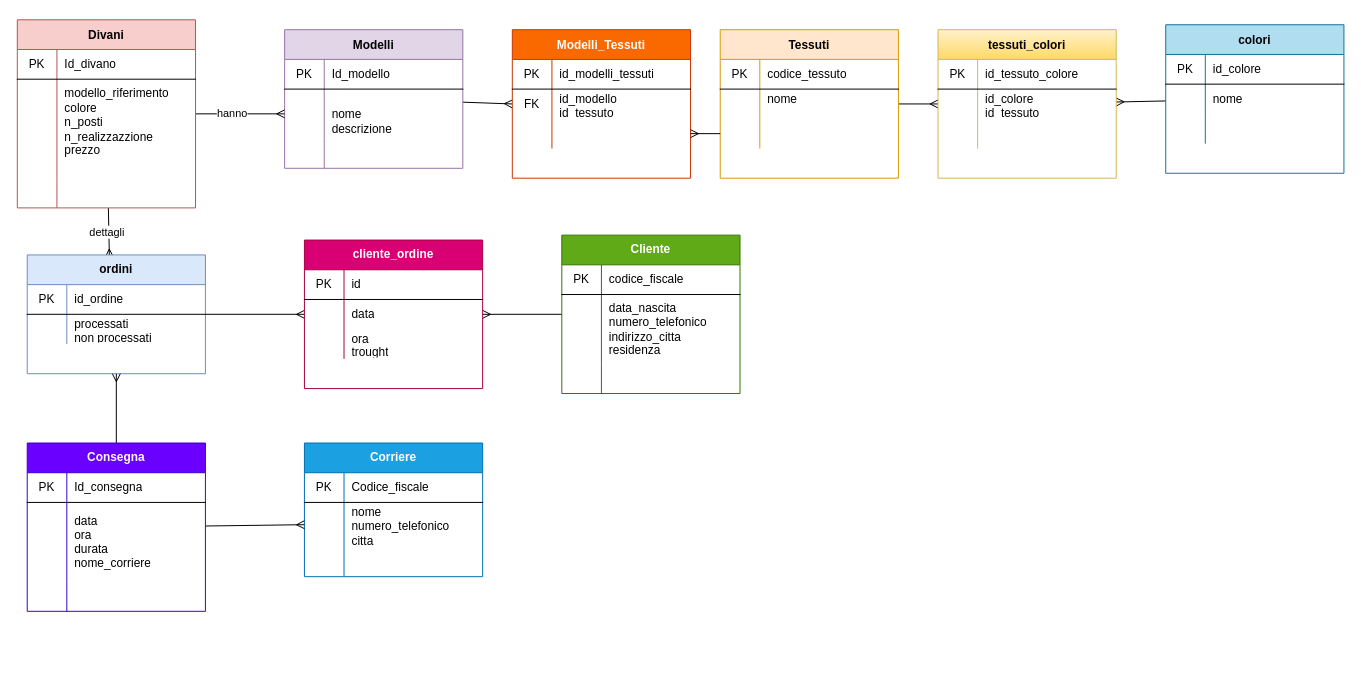
This is Untitled Diagram.drawio from giuliacangani02/Divani, a draw.io file, before an edit. Source tidied: cells renumbered, new cells numbered last; positions are measured from the earlier drawing's top-left corner, leaving out a move shared by most shapes. Both pictures are drawn from the tidied source at 99%, with x=0, y=0 at pixel (17, 19).
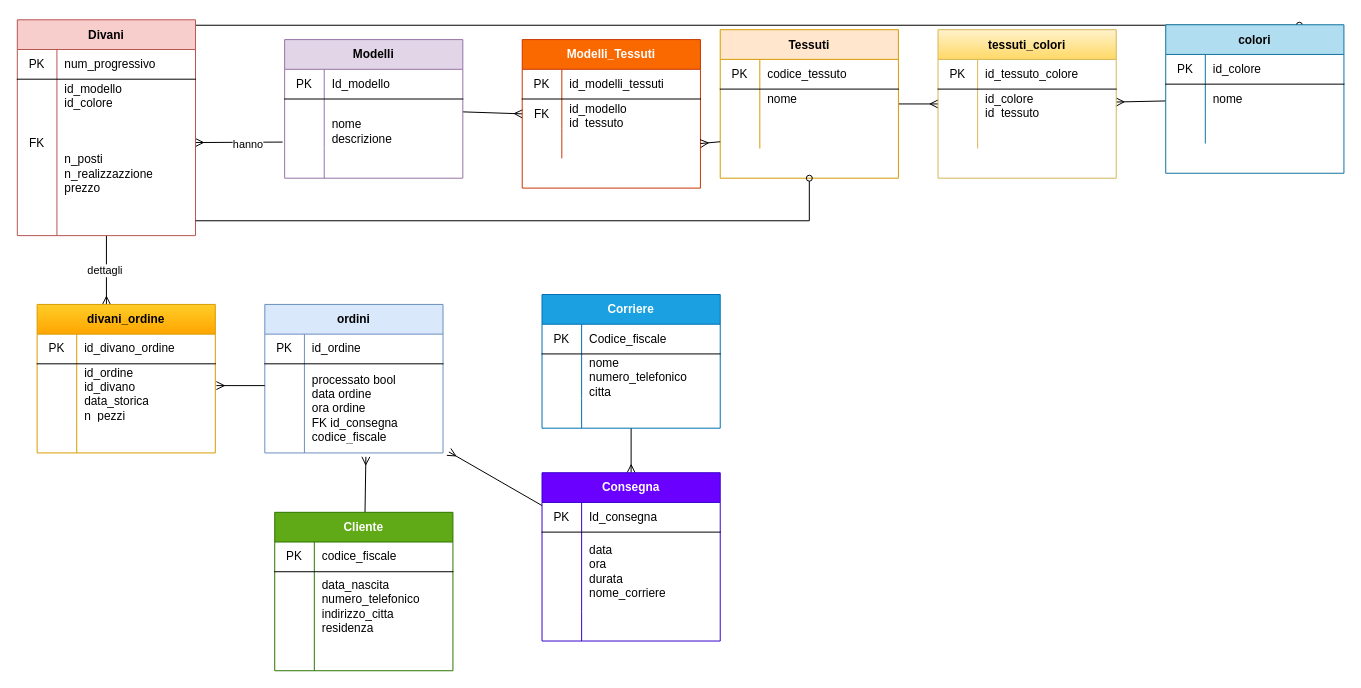
The same diagram, later.

The change refers to these unchanged cells:
```xml
<mxCell id="7" style="shape=partialRectangle;html=1;whiteSpace=wrap;fillColor=none;top=0;left=0;bottom=0;right=0;points=[[0,0.5],[1,0.5]];portConstraint=eastwest;" parent="3" vertex="1">
  <mxGeometry y="60" width="180" height="50" as="geometry" />
</mxCell>
<mxCell id="14" value="Tessuti" style="shape=table;html=1;whiteSpace=wrap;startSize=30;childLayout=tableLayout;rowLines=0;fontStyle=1;align=center;fillColor=#ffe6cc;strokeColor=#d79b00;" parent="1" vertex="1">
  <mxGeometry x="710" y="10.5" width="180" height="150" as="geometry" />
</mxCell>
<mxCell id="28" style="shape=partialRectangle;html=1;whiteSpace=wrap;fillColor=none;top=0;left=0;bottom=1;right=0;" parent="27" vertex="1">
  <mxGeometry y="30" width="180" height="30" as="geometry" />
</mxCell>
<mxCell id="52" style="shape=partialRectangle;html=1;whiteSpace=wrap;fillColor=none;top=0;left=0;bottom=0;right=0;points=[[0,0.5],[1,0.5]];portConstraint=eastwest;" parent="48" vertex="1">
  <mxGeometry y="60" width="180" height="45" as="geometry" />
</mxCell>
<mxCell id="100" value="colori" style="shape=table;html=1;whiteSpace=wrap;startSize=30;childLayout=tableLayout;rowLines=0;fontStyle=1;align=center;fillColor=#b1ddf0;strokeColor=#10739e;" parent="1" vertex="1">
  <mxGeometry x="1160" y="5.5" width="180" height="150" as="geometry" />
</mxCell>
```

Change to the diagram source:
```diff
@@
     <mxCell id="3" value="Modelli" style="shape=table;html=1;whiteSpace=wrap;startSize=30;childLayout=tableLayout;rowLines=0;fontStyle=1;align=center;fillColor=#e1d5e7;strokeColor=#9673a6;" parent="1" vertex="1">
-      <mxGeometry x="270" y="10.5" width="180" height="140" as="geometry" />
+      <mxGeometry x="270" y="20.5" width="180" height="140" as="geometry" />
     </mxCell>
@@
-    <mxCell id="24" value="dettagli&amp;nbsp;" style="edgeStyle=none;rounded=0;jettySize=auto;html=1;entryX=0.461;entryY=0.017;entryDx=0;entryDy=0;endArrow=ERmany;endFill=0;entryPerimeter=0;" parent="1" edge="1" source="27" target="59">
-      <mxGeometry relative="1" as="geometry" />
+    <mxCell id="24" value="dettagli&amp;nbsp;" style="edgeStyle=none;rounded=0;jettySize=auto;html=1;endArrow=ERmany;endFill=0;" parent="1" edge="1" source="27">
+      <mxGeometry relative="1" as="geometry">
+        <mxPoint x="90" y="288" as="targetPoint" />
+      </mxGeometry>
     </mxCell>
-    <mxCell id="25" style="edgeStyle=none;rounded=0;jettySize=auto;html=1;endArrow=ERmany;endFill=0;" parent="1" edge="1" source="27" target="7">
+    <mxCell id="25" style="edgeStyle=none;rounded=0;jettySize=auto;html=1;endArrow=ERmany;endFill=0;entryX=1;entryY=0.5;entryDx=0;entryDy=0;exitX=-0.011;exitY=0.87;exitDx=0;exitDy=0;exitPerimeter=0;" parent="1" edge="1" source="7" target="31">
       <mxGeometry relative="1" as="geometry" />
     </mxCell>
@@
+    <mxCell id="120" style="edgeStyle=elbowEdgeStyle;rounded=0;jettySize=auto;html=1;entryX=0.75;entryY=0;entryDx=0;entryDy=0;endArrow=oval;endFill=0;elbow=vertical;" parent="1" edge="1" source="27" target="100">
+      <mxGeometry relative="1" as="geometry" />
+    </mxCell>
     <mxCell id="27" value="Divani" style="shape=table;html=1;whiteSpace=wrap;startSize=30;childLayout=tableLayout;rowLines=0;fontStyle=1;align=center;fillColor=#f8cecc;strokeColor=#b85450;" parent="1" vertex="1">
-      <mxGeometry y="0.5" width="180" height="190" as="geometry" />
+      <mxGeometry y="0.5" width="180" height="218" as="geometry" />
     </mxCell>
@@
-    <mxCell id="30" value="Id_divano" style="shape=partialRectangle;html=1;whiteSpace=wrap;fillColor=none;top=0;left=0;bottom=0;right=0;align=left;spacingLeft=6;overflow=hidden;" parent="28" vertex="1">
+    <mxCell id="30" value="num_progressivo" style="shape=partialRectangle;html=1;whiteSpace=wrap;fillColor=none;top=0;left=0;bottom=0;right=0;align=left;spacingLeft=6;overflow=hidden;" parent="28" vertex="1">
       <mxGeometry x="40" width="140" height="30" as="geometry" />
     </mxCell>
     <mxCell id="31" style="shape=partialRectangle;html=1;whiteSpace=wrap;fillColor=none;top=0;left=0;bottom=0;right=0;points=[[0,0.5],[1,0.5]];portConstraint=eastwest;" parent="27" vertex="1">
-      <mxGeometry y="60" width="180" height="100" as="geometry" />
+      <mxGeometry y="60" width="180" height="128" as="geometry" />
     </mxCell>
-    <mxCell id="32" style="shape=partialRectangle;html=1;whiteSpace=wrap;fillColor=none;top=0;left=0;bottom=0;right=0;overflow=hidden;" parent="31" vertex="1">
-      <mxGeometry width="40" height="100" as="geometry" />
+    <mxCell id="32" value="FK" style="shape=partialRectangle;html=1;whiteSpace=wrap;fillColor=none;top=0;left=0;bottom=0;right=0;overflow=hidden;" parent="31" vertex="1">
+      <mxGeometry width="40" height="128" as="geometry" />
     </mxCell>
-    <mxCell id="33" value="modello_riferimento &lt;br&gt;colore &lt;br&gt;n_posti &lt;br&gt;n_realizzazzione &lt;br&gt;prezzo&lt;br&gt;&lt;br&gt;" style="shape=partialRectangle;html=1;whiteSpace=wrap;fillColor=none;top=0;left=0;bottom=0;right=0;align=left;spacingLeft=6;overflow=hidden;" parent="31" vertex="1">
-      <mxGeometry x="40" width="140" height="100" as="geometry" />
+    <mxCell id="33" value="id_modello&lt;br&gt;id_colore&lt;br&gt;&lt;br&gt;&lt;br&gt;&lt;br&gt;n_posti &lt;br&gt;n_realizzazzione &lt;br&gt;prezzo&lt;br&gt;&lt;br&gt;" style="shape=partialRectangle;html=1;whiteSpace=wrap;fillColor=none;top=0;left=0;bottom=0;right=0;align=left;spacingLeft=6;overflow=hidden;" parent="31" vertex="1">
+      <mxGeometry x="40" width="140" height="128" as="geometry" />
     </mxCell>
     <mxCell id="34" style="shape=partialRectangle;html=1;whiteSpace=wrap;fillColor=none;top=0;left=0;bottom=0;right=0;points=[[0,0.5],[1,0.5]];portConstraint=eastwest;" parent="27" vertex="1">
-      <mxGeometry y="160" width="180" height="30" as="geometry" />
+      <mxGeometry y="188" width="180" height="30" as="geometry" />
     </mxCell>
@@
-    <mxCell id="37" style="edgeStyle=none;rounded=0;jettySize=auto;html=1;entryX=1;entryY=0.5;entryDx=0;entryDy=0;endArrow=ERmany;endFill=0;" parent="1" edge="1" source="38" target="82">
-      <mxGeometry relative="1" as="geometry" />
-    </mxCell>
+    <mxCell id="121" style="rounded=0;jettySize=auto;elbow=vertical;html=1;entryX=0.567;entryY=1.044;entryDx=0;entryDy=0;entryPerimeter=0;startArrow=none;startFill=0;endArrow=ERmany;endFill=0;" parent="1" edge="1" source="38" target="63">
+      <mxGeometry relative="1" as="geometry" />
+    </mxCell>
     <mxCell id="38" value="Cliente" style="shape=table;html=1;whiteSpace=wrap;startSize=30;childLayout=tableLayout;rowLines=0;fontStyle=1;align=center;fillColor=#60a917;strokeColor=#2D7600;fontColor=#ffffff;" parent="1" vertex="1">
-      <mxGeometry x="550" y="218" width="180" height="160" as="geometry" />
+      <mxGeometry x="260" y="498" width="180" height="160" as="geometry" />
     </mxCell>
@@
+    <mxCell id="122" style="edgeStyle=none;rounded=0;jettySize=auto;html=1;entryX=0.5;entryY=0;entryDx=0;entryDy=0;startArrow=none;startFill=0;endArrow=ERmany;endFill=0;" parent="1" edge="1" source="48" target="68">
+      <mxGeometry relative="1" as="geometry" />
+    </mxCell>
     <mxCell id="48" value="Corriere" style="shape=table;html=1;whiteSpace=wrap;startSize=30;childLayout=tableLayout;rowLines=0;fontStyle=1;align=center;fillColor=#1ba1e2;strokeColor=#006EAF;fontColor=#ffffff;" parent="1" vertex="1">
-      <mxGeometry x="290" y="428" width="180" height="135" as="geometry" />
+      <mxGeometry x="530" y="278" width="180" height="135" as="geometry" />
     </mxCell>
@@
-    <mxCell id="58" style="edgeStyle=none;rounded=0;jettySize=auto;html=1;entryX=0;entryY=0.5;entryDx=0;entryDy=0;endArrow=ERmany;endFill=0;" parent="1" edge="1" source="59" target="82">
-      <mxGeometry relative="1" as="geometry" />
-    </mxCell>
     <mxCell id="59" value="ordini" style="shape=table;html=1;whiteSpace=wrap;startSize=30;childLayout=tableLayout;rowLines=0;fontStyle=1;align=center;fillColor=#dae8fc;strokeColor=#6c8ebf;" parent="1" vertex="1">
-      <mxGeometry x="10" y="238" width="180" height="120" as="geometry" />
+      <mxGeometry x="250" y="288" width="180" height="150" as="geometry" />
     </mxCell>
@@
     <mxCell id="63" style="shape=partialRectangle;html=1;whiteSpace=wrap;fillColor=none;top=0;left=0;bottom=0;right=0;points=[[0,0.5],[1,0.5]];portConstraint=eastwest;" parent="59" vertex="1">
-      <mxGeometry y="60" width="180" height="30" as="geometry" />
+      <mxGeometry y="60" width="180" height="90" as="geometry" />
     </mxCell>
     <mxCell id="64" style="shape=partialRectangle;html=1;whiteSpace=wrap;fillColor=none;top=0;left=0;bottom=0;right=0;overflow=hidden;" parent="63" vertex="1">
-      <mxGeometry width="40" height="30" as="geometry" />
+      <mxGeometry width="40" height="90" as="geometry" />
     </mxCell>
-    <mxCell id="65" value="processati&lt;br&gt;non processati" style="shape=partialRectangle;html=1;whiteSpace=wrap;fillColor=none;top=0;left=0;bottom=0;right=0;align=left;spacingLeft=6;overflow=hidden;" parent="63" vertex="1">
-      <mxGeometry x="40" width="140" height="30" as="geometry" />
+    <mxCell id="65" value="processato bool&lt;br&gt;data ordine&lt;br&gt;ora ordine&lt;br&gt;FK id_consegna&lt;br&gt;codice_fiscale" style="shape=partialRectangle;html=1;whiteSpace=wrap;fillColor=none;top=0;left=0;bottom=0;right=0;align=left;spacingLeft=6;overflow=hidden;" parent="63" vertex="1">
+      <mxGeometry x="40" width="140" height="90" as="geometry" />
     </mxCell>
-    <mxCell id="66" style="edgeStyle=none;rounded=0;jettySize=auto;html=1;endArrow=ERmany;endFill=0;entryX=0.5;entryY=1;entryDx=0;entryDy=0;" parent="1" edge="1" source="68" target="59">
-      <mxGeometry relative="1" as="geometry" />
-    </mxCell>
-    <mxCell id="67" style="edgeStyle=none;rounded=0;jettySize=auto;html=1;entryX=0;entryY=0.5;entryDx=0;entryDy=0;endArrow=ERmany;endFill=0;" parent="1" edge="1" source="68" target="52">
-      <mxGeometry relative="1" as="geometry" />
-    </mxCell>
+    <mxCell id="123" style="rounded=0;jettySize=auto;elbow=vertical;html=1;entryX=1.033;entryY=0.989;entryDx=0;entryDy=0;startArrow=none;startFill=0;endArrow=ERmany;endFill=0;entryPerimeter=0;" parent="1" edge="1" source="68" target="63">
+      <mxGeometry relative="1" as="geometry" />
+    </mxCell>
     <mxCell id="68" value="Consegna" style="shape=table;html=1;whiteSpace=wrap;startSize=30;childLayout=tableLayout;rowLines=0;fontStyle=1;align=center;fillColor=#6a00ff;strokeColor=#3700CC;fontColor=#ffffff;" parent="1" vertex="1">
-      <mxGeometry x="10" y="428" width="180" height="170" as="geometry" />
+      <mxGeometry x="530" y="458" width="180" height="170" as="geometry" />
     </mxCell>
@@
-    <mxCell id="78" value="cliente_ordine" style="shape=table;html=1;whiteSpace=wrap;startSize=30;childLayout=tableLayout;rowLines=0;fontStyle=1;align=center;fillColor=#d80073;strokeColor=#A50040;fontColor=#ffffff;" parent="1" vertex="1">
-      <mxGeometry x="290" y="223" width="180" height="150" as="geometry" />
-    </mxCell>
-    <mxCell id="79" style="shape=partialRectangle;html=1;whiteSpace=wrap;fillColor=none;top=0;left=0;bottom=1;right=0;" parent="78" vertex="1">
-      <mxGeometry y="30" width="180" height="30" as="geometry" />
-    </mxCell>
-    <mxCell id="80" value="PK" style="shape=partialRectangle;html=1;whiteSpace=wrap;fillColor=none;top=0;left=0;bottom=0;right=0;overflow=hidden;" parent="79" vertex="1">
-      <mxGeometry width="40" height="30" as="geometry" />
-    </mxCell>
-    <mxCell id="81" value="id" style="shape=partialRectangle;html=1;whiteSpace=wrap;fillColor=none;top=0;left=0;bottom=0;right=0;align=left;spacingLeft=6;overflow=hidden;" parent="79" vertex="1">
-      <mxGeometry x="40" width="140" height="30" as="geometry" />
-    </mxCell>
-    <mxCell id="82" style="shape=partialRectangle;html=1;whiteSpace=wrap;fillColor=none;top=0;left=0;bottom=0;right=0;points=[[0,0.5],[1,0.5]];portConstraint=eastwest;" parent="78" vertex="1">
-      <mxGeometry y="60" width="180" height="30" as="geometry" />
-    </mxCell>
-    <mxCell id="83" style="shape=partialRectangle;html=1;whiteSpace=wrap;fillColor=none;top=0;left=0;bottom=0;right=0;overflow=hidden;" parent="82" vertex="1">
-      <mxGeometry width="40" height="30" as="geometry" />
-    </mxCell>
-    <mxCell id="84" value="data" style="shape=partialRectangle;html=1;whiteSpace=wrap;fillColor=none;top=0;left=0;bottom=0;right=0;align=left;spacingLeft=6;overflow=hidden;" parent="82" vertex="1">
-      <mxGeometry x="40" width="140" height="30" as="geometry" />
-    </mxCell>
-    <mxCell id="85" style="shape=partialRectangle;html=1;whiteSpace=wrap;fillColor=none;top=0;left=0;bottom=0;right=0;" parent="78" vertex="1">
-      <mxGeometry y="90" width="180" height="30" as="geometry" />
-    </mxCell>
-    <mxCell id="86" style="shape=partialRectangle;html=1;whiteSpace=wrap;fillColor=none;top=0;left=0;bottom=0;right=0;overflow=hidden;" parent="85" vertex="1">
-      <mxGeometry width="40" height="30" as="geometry" />
-    </mxCell>
-    <mxCell id="87" value="ora&lt;br&gt;trought" style="shape=partialRectangle;html=1;whiteSpace=wrap;fillColor=none;top=0;left=0;bottom=0;right=0;align=left;spacingLeft=6;overflow=hidden;" parent="85" vertex="1">
-      <mxGeometry x="40" width="140" height="30" as="geometry" />
-    </mxCell>
     <mxCell id="88" value="Modelli_Tessuti" style="shape=table;html=1;whiteSpace=wrap;startSize=30;childLayout=tableLayout;rowLines=0;fontStyle=1;align=center;fillColor=#fa6800;strokeColor=#C73500;fontColor=#ffffff;" parent="1" vertex="1">
-      <mxGeometry x="500" y="10.5" width="180" height="150" as="geometry" />
+      <mxGeometry x="510" y="20.5" width="180" height="150" as="geometry" />
     </mxCell>
@@
+    <mxCell id="124" value="divani_ordine" style="shape=table;html=1;whiteSpace=wrap;startSize=30;childLayout=tableLayout;rowLines=0;fontStyle=1;align=center;gradientColor=#ffa500;fillColor=#ffcd28;strokeColor=#d79b00;" parent="1" vertex="1">
+      <mxGeometry x="20" y="288" width="180" height="150" as="geometry" />
+    </mxCell>
+    <mxCell id="79" style="shape=partialRectangle;html=1;whiteSpace=wrap;fillColor=none;top=0;left=0;bottom=1;right=0;" parent="124" vertex="1">
+      <mxGeometry y="30" width="180" height="30" as="geometry" />
+    </mxCell>
+    <mxCell id="80" value="PK" style="shape=partialRectangle;html=1;whiteSpace=wrap;fillColor=none;top=0;left=0;bottom=0;right=0;overflow=hidden;" parent="79" vertex="1">
+      <mxGeometry width="40" height="30" as="geometry" />
+    </mxCell>
+    <mxCell id="125" value="id_divano_ordine" style="shape=partialRectangle;html=1;whiteSpace=wrap;fillColor=none;top=0;left=0;bottom=0;right=0;align=left;spacingLeft=6;overflow=hidden;" parent="79" vertex="1">
+      <mxGeometry x="40" width="140" height="30" as="geometry" />
+    </mxCell>
+    <mxCell id="126" style="shape=partialRectangle;html=1;whiteSpace=wrap;fillColor=none;top=0;left=0;bottom=0;right=0;points=[[0,0.5],[1,0.5]];portConstraint=eastwest;" parent="124" vertex="1">
+      <mxGeometry y="60" width="180" height="60" as="geometry" />
+    </mxCell>
+    <mxCell id="127" style="shape=partialRectangle;html=1;whiteSpace=wrap;fillColor=none;top=0;left=0;bottom=0;right=0;overflow=hidden;" parent="126" vertex="1">
+      <mxGeometry width="40" height="60" as="geometry" />
+    </mxCell>
+    <mxCell id="128" value="id_ordine&lt;br&gt;id_divano&lt;br&gt;data_storica&lt;br&gt;n_pezzi" style="shape=partialRectangle;html=1;whiteSpace=wrap;fillColor=none;top=0;left=0;bottom=0;right=0;align=left;spacingLeft=6;overflow=hidden;" parent="126" vertex="1">
+      <mxGeometry x="40" width="140" height="60" as="geometry" />
+    </mxCell>
+    <mxCell id="129" style="shape=partialRectangle;html=1;whiteSpace=wrap;fillColor=none;top=0;left=0;bottom=0;right=0;" parent="124" vertex="1">
+      <mxGeometry y="120" width="180" height="30" as="geometry" />
+    </mxCell>
+    <mxCell id="130" style="shape=partialRectangle;html=1;whiteSpace=wrap;fillColor=none;top=0;left=0;bottom=0;right=0;overflow=hidden;" parent="129" vertex="1">
+      <mxGeometry width="40" height="30" as="geometry" />
+    </mxCell>
+    <mxCell id="131" style="shape=partialRectangle;html=1;whiteSpace=wrap;fillColor=none;top=0;left=0;bottom=0;right=0;align=left;spacingLeft=6;overflow=hidden;" parent="129" vertex="1">
+      <mxGeometry x="40" width="140" height="30" as="geometry" />
+    </mxCell>
+    <mxCell id="132" style="edgeStyle=orthogonalEdgeStyle;rounded=0;jettySize=auto;html=1;entryX=0.5;entryY=1;entryDx=0;entryDy=0;endArrow=oval;endFill=0;" parent="1" edge="1" source="34" target="14">
+      <mxGeometry relative="1" as="geometry" />
+    </mxCell>
+    <mxCell id="133" style="edgeStyle=elbowEdgeStyle;rounded=0;jettySize=auto;elbow=vertical;html=1;entryX=1.006;entryY=0.36;entryDx=0;entryDy=0;entryPerimeter=0;endArrow=ERmany;endFill=0;startArrow=none;startFill=0;" parent="1" edge="1" source="63" target="126">
+      <mxGeometry relative="1" as="geometry" />
+    </mxCell>
```
